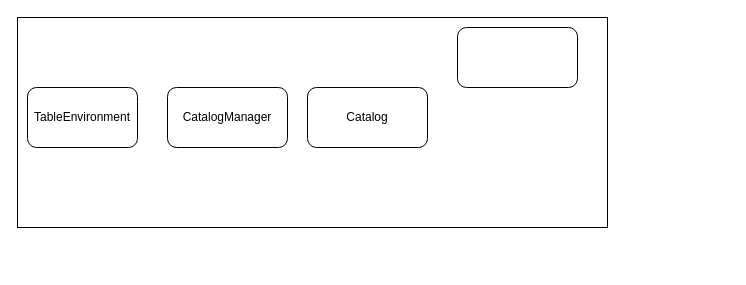
Above: Flink Glue Architecture.drawio in leejianwei/aws-diagram (draw.io), before the change. Source tidied: cells renumbered, new cells numbered last; positions are measured from the earlier drawing's top-left corner, leaving out a move shared by most shapes. Both pictures are drawn from the tidied source at 100%, with x=0, y=0 at pixel (17, 17).
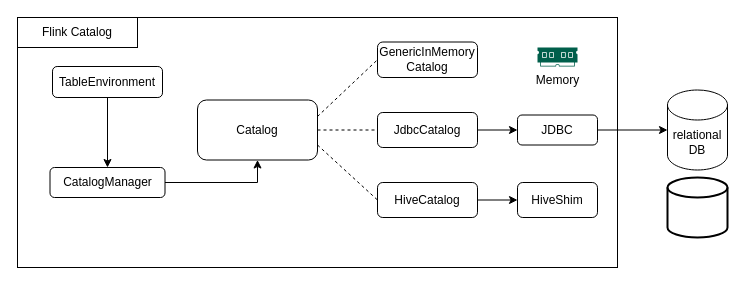
After the change.

Diff of the diagram source:
```diff
@@
-    <mxCell id="2" style="rounded=0;whiteSpace=wrap;html=1;" parent="1" vertex="1">
-      <mxGeometry width="590" height="210" as="geometry" />
+    <mxCell id="2" style="rounded=0;whiteSpace=wrap;html=1;align=left;" parent="1" vertex="1">
+      <mxGeometry width="600" height="250" as="geometry" />
     </mxCell>
+    <mxCell id="7" style="edgeStyle=orthogonalEdgeStyle;rounded=0;jettySize=auto;html=1;exitX=0.5;exitY=1;exitDx=0;exitDy=0;entryX=0.5;entryY=0;entryDx=0;entryDy=0;fontColor=none;" parent="1" edge="1" source="3" target="4">
+      <mxGeometry relative="1" as="geometry" />
+    </mxCell>
     <mxCell id="3" value="TableEnvironment" style="rounded=1;whiteSpace=wrap;html=1;" parent="1" vertex="1">
-      <mxGeometry x="10" y="70" width="110" height="60" as="geometry" />
+      <mxGeometry x="35" y="49" width="110" height="31" as="geometry" />
     </mxCell>
+    <mxCell id="8" style="edgeStyle=orthogonalEdgeStyle;rounded=0;jettySize=auto;html=1;fontColor=none;" parent="1" edge="1" source="4" target="5">
+      <mxGeometry relative="1" as="geometry" />
+    </mxCell>
     <mxCell id="4" value="CatalogManager" style="rounded=1;whiteSpace=wrap;html=1;" parent="1" vertex="1">
-      <mxGeometry x="150" y="70" width="120" height="60" as="geometry" />
+      <mxGeometry x="32.5" y="150" width="115" height="30" as="geometry" />
     </mxCell>
     <mxCell id="5" value="Catalog" style="rounded=1;whiteSpace=wrap;html=1;" parent="1" vertex="1">
-      <mxGeometry x="290" y="70" width="120" height="60" as="geometry" />
+      <mxGeometry x="180" y="82.5" width="120" height="60" as="geometry" />
     </mxCell>
-    <mxCell id="6" style="rounded=1;whiteSpace=wrap;html=1;" parent="1" vertex="1">
-      <mxGeometry x="440" y="10" width="120" height="60" as="geometry" />
+    <mxCell id="6" value="GenericInMemory&lt;br&gt;Catalog" style="rounded=1;whiteSpace=wrap;html=1;" parent="1" vertex="1">
+      <mxGeometry x="360" y="24.5" width="100" height="35.5" as="geometry" />
     </mxCell>
+    <mxCell id="9" style="edgeStyle=orthogonalEdgeStyle;rounded=0;jettySize=auto;html=1;fontColor=none;" parent="1" edge="1" source="10" target="18">
+      <mxGeometry relative="1" as="geometry" />
+    </mxCell>
+    <mxCell id="10" value="JdbcCatalog" style="rounded=1;whiteSpace=wrap;html=1;" parent="1" vertex="1">
+      <mxGeometry x="360" y="95" width="100" height="35" as="geometry" />
+    </mxCell>
+    <mxCell id="11" style="edgeStyle=orthogonalEdgeStyle;rounded=0;jettySize=auto;html=1;fontColor=none;" parent="1" edge="1" source="12" target="16">
+      <mxGeometry relative="1" as="geometry" />
+    </mxCell>
+    <mxCell id="12" value="HiveCatalog" style="rounded=1;whiteSpace=wrap;html=1;" parent="1" vertex="1">
+      <mxGeometry x="360" y="165" width="100" height="35" as="geometry" />
+    </mxCell>
+    <mxCell id="13" value="Flink Catalog" style="rounded=0;whiteSpace=wrap;html=1;fontColor=none;" parent="1" vertex="1">
+      <mxGeometry width="120" height="30" as="geometry" />
+    </mxCell>
+    <mxCell id="14" value="Memory" style="sketch=0;shadow=0;dashed=0;html=1;strokeColor=none;fillColor=#005F4B;labelPosition=center;verticalLabelPosition=bottom;verticalAlign=top;align=center;shape=mxgraph.veeam2.ram;fontColor=none;" parent="1" vertex="1">
+      <mxGeometry x="520" y="30" width="40" height="19" as="geometry" />
+    </mxCell>
+    <mxCell id="15" value="relational DB" style="shape=cylinder3;whiteSpace=wrap;html=1;boundedLbl=1;backgroundOutline=1;size=15;fontColor=none;" parent="1" vertex="1">
+      <mxGeometry x="650" y="72.5" width="60" height="80" as="geometry" />
+    </mxCell>
+    <mxCell id="16" value="HiveShim" style="rounded=1;whiteSpace=wrap;html=1;fontColor=none;" parent="1" vertex="1">
+      <mxGeometry x="500" y="165" width="80" height="35" as="geometry" />
+    </mxCell>
+    <mxCell id="17" style="edgeStyle=orthogonalEdgeStyle;rounded=0;jettySize=auto;html=1;fontColor=none;" parent="1" edge="1" source="18" target="15">
+      <mxGeometry relative="1" as="geometry" />
+    </mxCell>
+    <mxCell id="18" value="JDBC" style="rounded=1;whiteSpace=wrap;html=1;fontColor=none;" parent="1" vertex="1">
+      <mxGeometry x="500" y="97.5" width="80" height="30" as="geometry" />
+    </mxCell>
+    <mxCell id="19" style="endArrow=none;dashed=1;html=1;rounded=0;fontColor=none;entryX=0;entryY=0.5;entryDx=0;entryDy=0;" parent="1" edge="1" target="6">
+      <mxGeometry relative="1" as="geometry">
+        <mxPoint x="300" y="99" as="sourcePoint" />
+      </mxGeometry>
+    </mxCell>
+    <mxCell id="20" style="endArrow=none;dashed=1;html=1;rounded=0;fontColor=none;entryX=0;entryY=0.5;entryDx=0;entryDy=0;exitX=1;exitY=0.5;exitDx=0;exitDy=0;" parent="1" edge="1" source="5" target="10">
+      <mxGeometry relative="1" as="geometry" />
+    </mxCell>
+    <mxCell id="21" style="endArrow=none;dashed=1;html=1;rounded=0;fontColor=none;entryX=0;entryY=0.5;entryDx=0;entryDy=0;exitX=1;exitY=0.75;exitDx=0;exitDy=0;" parent="1" edge="1" source="5" target="12">
+      <mxGeometry relative="1" as="geometry" />
+    </mxCell>
+    <mxCell id="22" style="strokeWidth=2;html=1;shape=mxgraph.flowchart.database;whiteSpace=wrap;fontColor=none;" parent="1" vertex="1">
+      <mxGeometry x="650" y="160" width="60" height="60" as="geometry" />
+    </mxCell>
```
